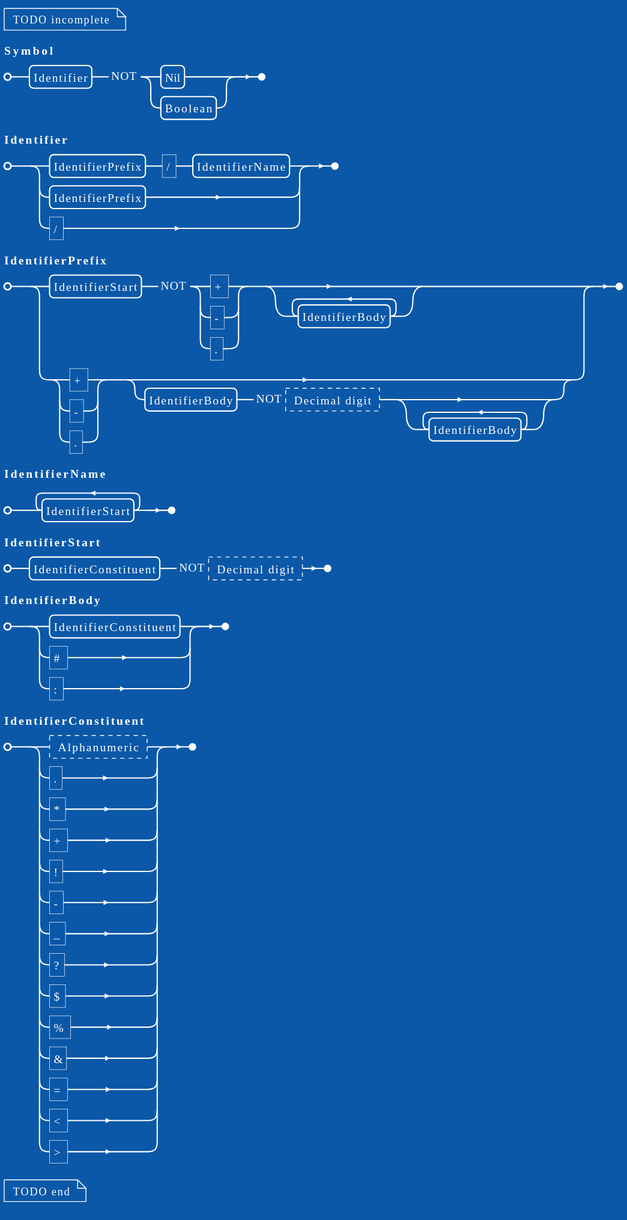
Before: docs/grammar/clojure.edn_symbol.svg, a diagram exported from PlantUML (DotFox/edn.c).
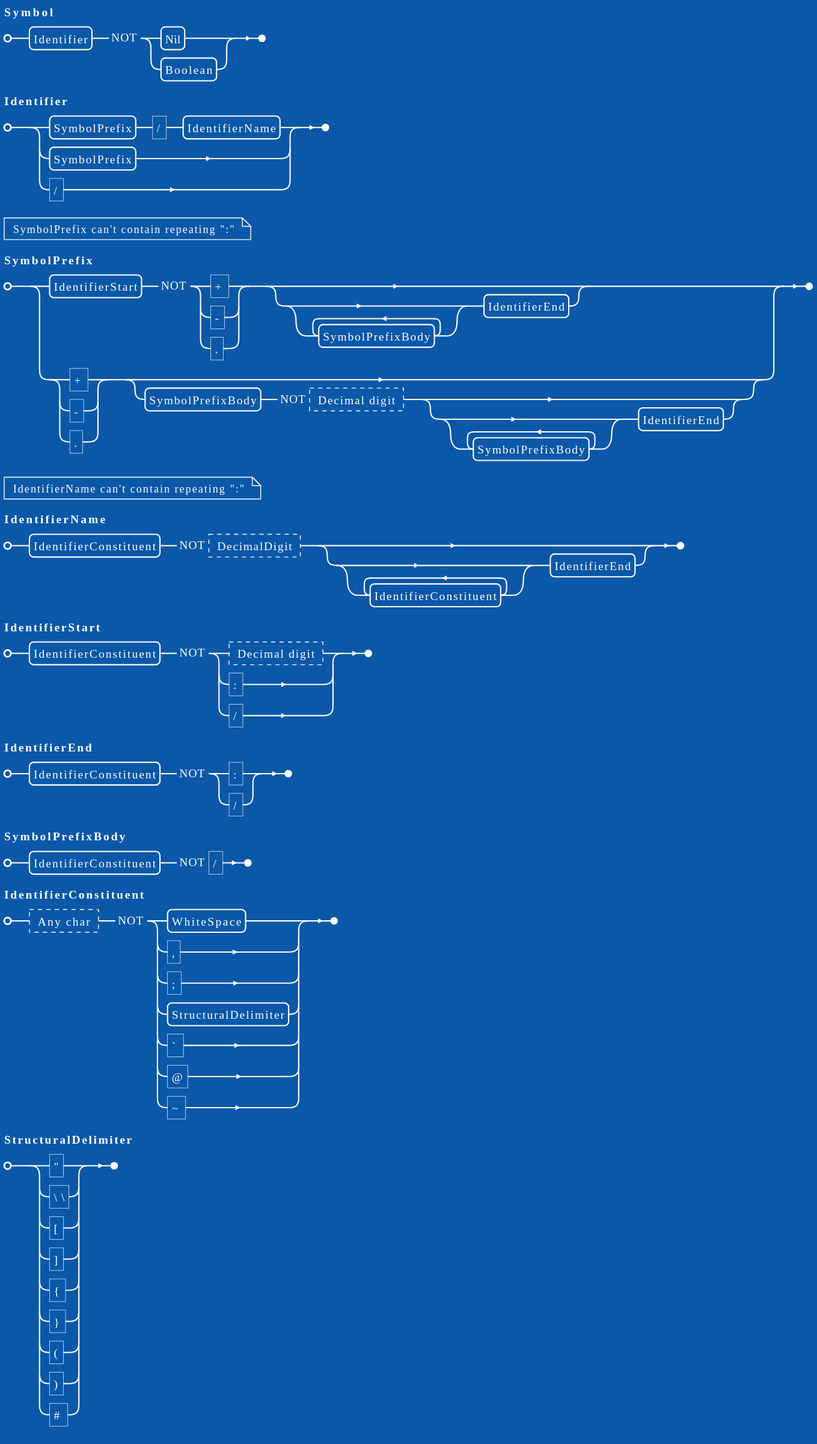
The same diagram one commit later.

What changed in the source:
```diff
@@ -1,36 +1,30 @@
 @startebnf
 !theme amiga
-(* TODO incomplete *)
 Symbol = Identifier - ( Nil | Boolean ) ;
 
-Identifier = IdentifierPrefix , "/" , IdentifierName
-           | IdentifierPrefix
+Identifier = SymbolPrefix , "/" , IdentifierName
+           | SymbolPrefix
            | "/" ;
 
-IdentifierPrefix = ( IdentifierStart - ( "+" | "-" | "." ) ) , { IdentifierBody }
-                 | ( "+" | "-" | "." ) , [ ( IdentifierBody - ? Decimal digit ? ) , { IdentifierBody } ];
+(* SymbolPrefix can't contain repeating ":" *)
+SymbolPrefix = ( IdentifierStart - ( "+" | "-" | "." ) ) , [ { SymbolPrefixBody } , IdentifierEnd ]
+             | ( "+" | "-" | "." ) , [ ( SymbolPrefixBody - ? Decimal digit ? ) , [ { SymbolPrefixBody } , IdentifierEnd ] ] ;
 
-IdentifierName = { IdentifierStart }- ;
+(* IdentifierName can't contain repeating ":" *)
+IdentifierName = ( IdentifierConstituent - ? DecimalDigit ? ) , [ { IdentifierConstituent } , IdentifierEnd ] ;
 
-IdentifierStart = IdentifierConstituent - ( ? Decimal digit ? ) ;
+IdentifierStart = IdentifierConstituent - ( ? Decimal digit ? | ":" | "/" ) ;
 
-IdentifierBody = IdentifierConstituent
-               | "#"
-               | ":" ;
+IdentifierEnd = IdentifierConstituent - ( ":" | "/" ) ;
 
-IdentifierConstituent = ? Alphanumeric ?
-                      | "."
-                      | "*"
-                      | "+"
-                      | "!"
-                      | "-"
-                      | "_"
-                      | "?"
-                      | "$"
-                      | "%"
-                      | "&"
-                      | "="
-                      | "<"
-                      | ">" ;
-(* TODO end *)
+SymbolPrefixBody = IdentifierConstituent - "/" ;
+
+IdentifierConstituent = ? Any char ? - ( WhiteSpace | "," | ";" | StructuralDelimiter | "`" | "@" | "~" ) ;
+
+StructuralDelimiter = '"'
+                    | "\\"
+                    | "[" | "]"
+                    | "{" | "}"
+                    | "(" | ")"
+                    | "#" ;
 @endebnf
```
